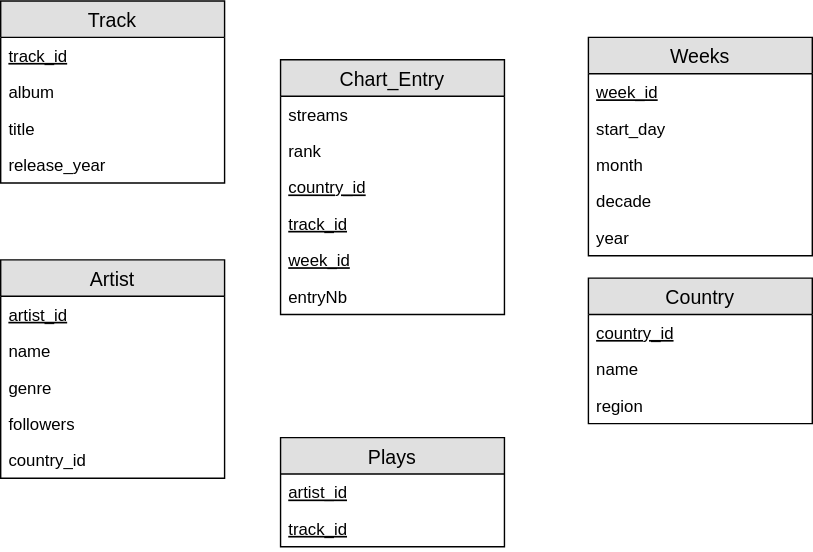
Before: figures/ER1.svg, a diagram exported from draw.io (AlexChanson/DW). Source tidied: cells renumbered, new cells last; positions are measured from the earlier drawing's top-left corner, leaving out a move shared by most shapes.
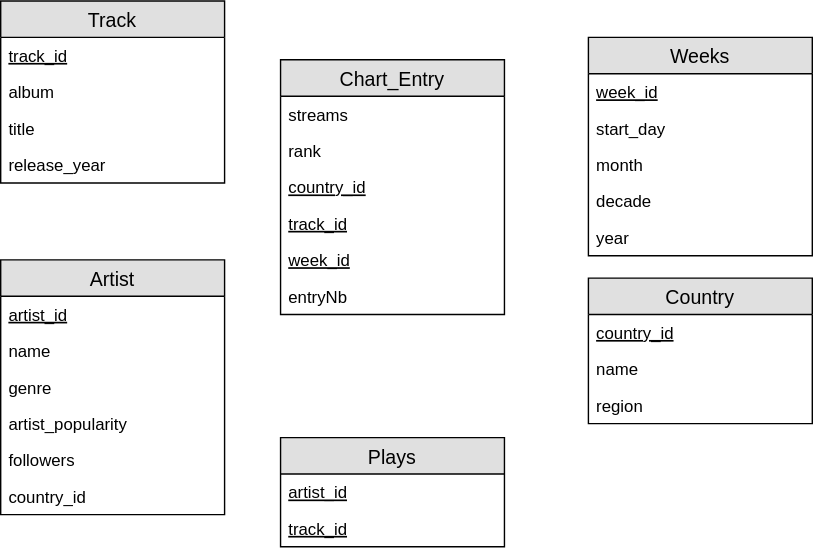
The same file after the commit.

What changed in the source:
```diff
@@ -39,7 +39,7 @@
       <mxGeometry y="104" width="160" height="26" as="geometry" />
     </mxCell>
     <mxCell id="14" value="Artist" style="swimlane;fontStyle=0;horizontal=1;startSize=26;fillColor=#e0e0e0;swimlaneFillColor=#ffffff;align=center;fontSize=14;" parent="1" vertex="1">
-      <mxGeometry y="185" width="160" height="156" as="geometry" />
+      <mxGeometry y="185" width="160" height="182" as="geometry" />
     </mxCell>
     <mxCell id="15" value="artist_id" style="text;strokeColor=none;fillColor=none;spacingLeft=4;spacingRight=4;overflow=hidden;fontSize=12;fontStyle=4;" parent="14" vertex="1">
       <mxGeometry y="26" width="160" height="26" as="geometry" />
@@ -50,11 +50,14 @@
     <mxCell id="17" value="genre" style="text;strokeColor=none;fillColor=none;spacingLeft=4;spacingRight=4;overflow=hidden;fontSize=12;" parent="14" vertex="1">
       <mxGeometry y="78" width="160" height="26" as="geometry" />
     </mxCell>
+    <mxCell id="33" value="artist_popularity" style="text;strokeColor=none;fillColor=none;spacingLeft=4;spacingRight=4;overflow=hidden;fontSize=12;" parent="14" vertex="1">
+      <mxGeometry y="104" width="160" height="26" as="geometry" />
+    </mxCell>
     <mxCell id="18" value="followers" style="text;strokeColor=none;fillColor=none;spacingLeft=4;spacingRight=4;overflow=hidden;fontSize=12;" parent="14" vertex="1">
-      <mxGeometry y="104" width="160" height="26" as="geometry" />
+      <mxGeometry y="130" width="160" height="26" as="geometry" />
     </mxCell>
     <mxCell id="19" value="country_id" style="text;strokeColor=none;fillColor=none;spacingLeft=4;spacingRight=4;overflow=hidden;fontSize=12;" parent="14" vertex="1">
-      <mxGeometry y="130" width="160" height="26" as="geometry" />
+      <mxGeometry y="156" width="160" height="26" as="geometry" />
     </mxCell>
     <mxCell id="20" value="Country" style="swimlane;fontStyle=0;horizontal=1;startSize=26;fillColor=#e0e0e0;swimlaneFillColor=#ffffff;align=center;fontSize=14;" parent="1" vertex="1">
       <mxGeometry x="420" y="198" width="160" height="104" as="geometry" />
```
